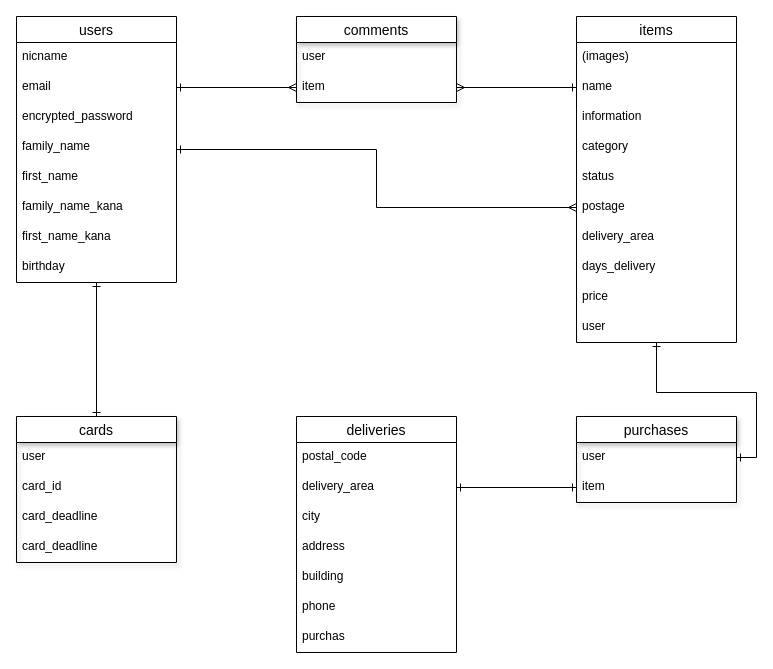
Above: furima.dio in toyamasatoru/furima-36407 (draw.io), before the change. Source tidied: cells renumbered, new cells numbered last; positions are measured from the earlier drawing's top-left corner, leaving out a move shared by most shapes. Both pictures are drawn from the tidied source at 100%, with x=0, y=0 at pixel (16, 16).
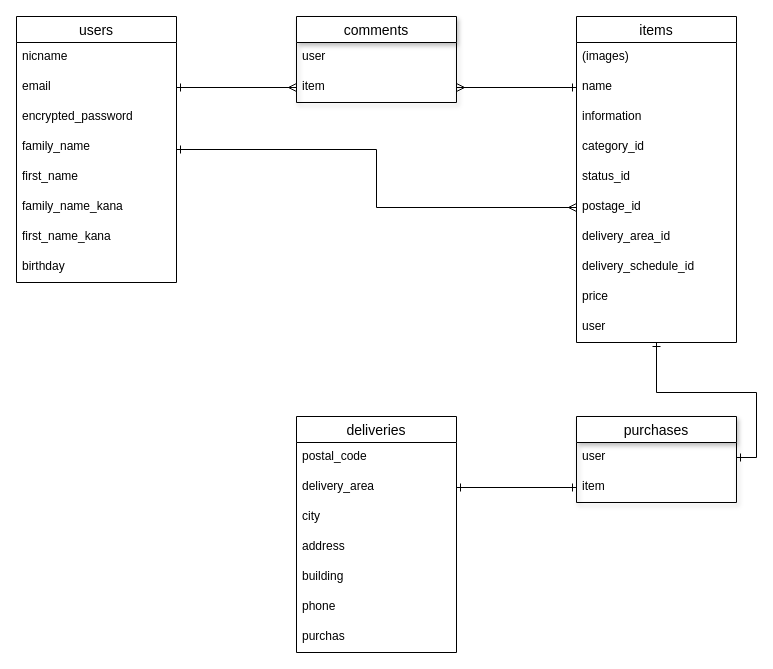
The same page after the edit.

Commit message (it also covers changes not shown here):
データベース設計②

The change refers to these unchanged cells:
```xml
<mxCell id="4" value="users" style="swimlane;fontStyle=0;horizontal=1;startSize=26;align=center;fontSize=14;rounded=0;" parent="1" vertex="1">
  <mxGeometry width="160" height="266" as="geometry" />
</mxCell>
<mxCell id="14" value="items" style="swimlane;fontStyle=0;horizontal=1;startSize=26;align=center;fontSize=14;rounded=0;" parent="1" vertex="1">
  <mxGeometry x="560" width="160" height="326" as="geometry" />
</mxCell>
```

Change to the diagram source:
```diff
@@
-    <mxCell id="3" style="edgeStyle=orthogonalEdgeStyle;rounded=0;jettySize=auto;html=1;entryX=0.5;entryY=0;entryDx=0;entryDy=0;startArrow=ERone;startFill=0;endArrow=ERone;endFill=0;" parent="1" edge="1" source="4" target="25">
-      <mxGeometry relative="1" as="geometry" />
-    </mxCell>
@@
-    <mxCell id="18" value="category" style="text;strokeColor=none;fillColor=none;spacingLeft=4;spacingRight=4;overflow=hidden;fontSize=12;" parent="14" vertex="1">
+    <mxCell id="18" value="category_id" style="text;strokeColor=none;fillColor=none;spacingLeft=4;spacingRight=4;overflow=hidden;fontSize=12;" parent="14" vertex="1">
       <mxGeometry y="116" width="160" height="30" as="geometry" />
     </mxCell>
-    <mxCell id="19" value="status" style="text;strokeColor=none;fillColor=none;spacingLeft=4;spacingRight=4;overflow=hidden;fontSize=12;" parent="14" vertex="1">
+    <mxCell id="19" value="status_id" style="text;strokeColor=none;fillColor=none;spacingLeft=4;spacingRight=4;overflow=hidden;fontSize=12;" parent="14" vertex="1">
       <mxGeometry y="146" width="160" height="30" as="geometry" />
     </mxCell>
-    <mxCell id="20" value="postage" style="text;strokeColor=none;fillColor=none;spacingLeft=4;spacingRight=4;overflow=hidden;points=[[0,0.5],[1,0.5]];portConstraint=eastwest;fontSize=12;" parent="14" vertex="1">
+    <mxCell id="20" value="postage_id" style="text;strokeColor=none;fillColor=none;spacingLeft=4;spacingRight=4;overflow=hidden;points=[[0,0.5],[1,0.5]];portConstraint=eastwest;fontSize=12;" parent="14" vertex="1">
       <mxGeometry y="176" width="160" height="30" as="geometry" />
     </mxCell>
-    <mxCell id="21" value="delivery_area" style="text;strokeColor=none;fillColor=none;spacingLeft=4;spacingRight=4;overflow=hidden;fontSize=12;" parent="14" vertex="1">
+    <mxCell id="21" value="delivery_area_id" style="text;strokeColor=none;fillColor=none;spacingLeft=4;spacingRight=4;overflow=hidden;fontSize=12;" parent="14" vertex="1">
       <mxGeometry y="206" width="160" height="30" as="geometry" />
     </mxCell>
-    <mxCell id="22" value="days_delivery" style="text;strokeColor=none;fillColor=none;spacingLeft=4;spacingRight=4;overflow=hidden;fontSize=12;" parent="14" vertex="1">
+    <mxCell id="22" value="delivery_schedule_id" style="text;strokeColor=none;fillColor=none;spacingLeft=4;spacingRight=4;overflow=hidden;fontSize=12;" parent="14" vertex="1">
       <mxGeometry y="236" width="160" height="30" as="geometry" />
     </mxCell>
@@
-    <mxCell id="25" value="cards" style="swimlane;fontStyle=0;horizontal=1;startSize=26;align=center;fontSize=14;rounded=0;shadow=1;" parent="1" vertex="1">
-      <mxGeometry y="400" width="160" height="146" as="geometry" />
-    </mxCell>
-    <mxCell id="26" value="user" style="text;strokeColor=none;fillColor=none;spacingLeft=4;spacingRight=4;overflow=hidden;fontSize=12;" parent="25" vertex="1">
-      <mxGeometry y="26" width="160" height="30" as="geometry" />
-    </mxCell>
-    <mxCell id="27" value="card_id" style="text;strokeColor=none;fillColor=none;spacingLeft=4;spacingRight=4;overflow=hidden;fontSize=12;" parent="25" vertex="1">
-      <mxGeometry y="56" width="160" height="30" as="geometry" />
-    </mxCell>
-    <mxCell id="28" value="card_deadline" style="text;strokeColor=none;fillColor=none;spacingLeft=4;spacingRight=4;overflow=hidden;fontSize=12;" parent="25" vertex="1">
-      <mxGeometry y="86" width="160" height="30" as="geometry" />
-    </mxCell>
-    <mxCell id="29" value="card_deadline" style="text;strokeColor=none;fillColor=none;spacingLeft=4;spacingRight=4;overflow=hidden;fontSize=12;" parent="25" vertex="1">
-      <mxGeometry y="116" width="160" height="30" as="geometry" />
-    </mxCell>
```
